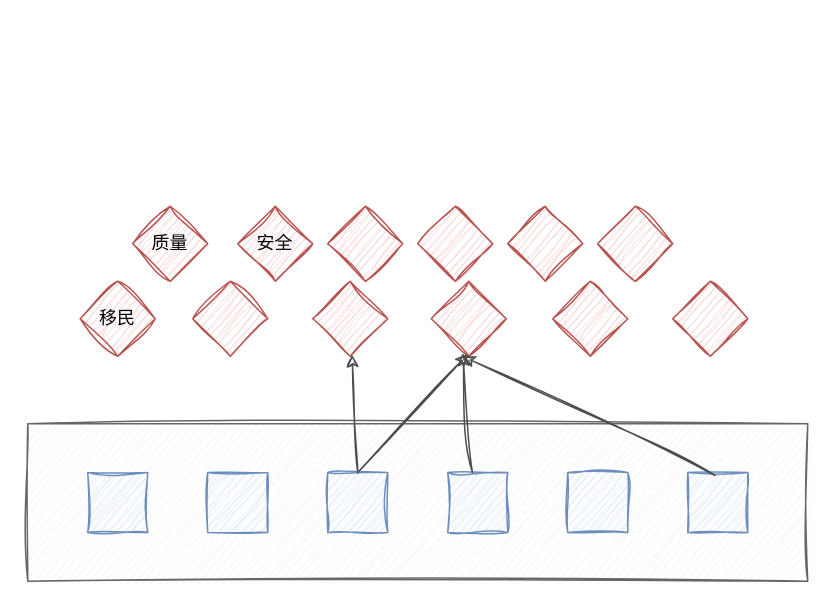
Before: 低代码—物料生态.drawio in tangyaosimida/love, a draw.io diagram. Source tidied: cells renumbered, new cells numbered last; positions are measured from the earlier drawing's top-left corner, leaving out a move shared by most shapes. Both pictures are drawn from the tidied source at 150%, with x=0, y=0 at pixel (27, 206).
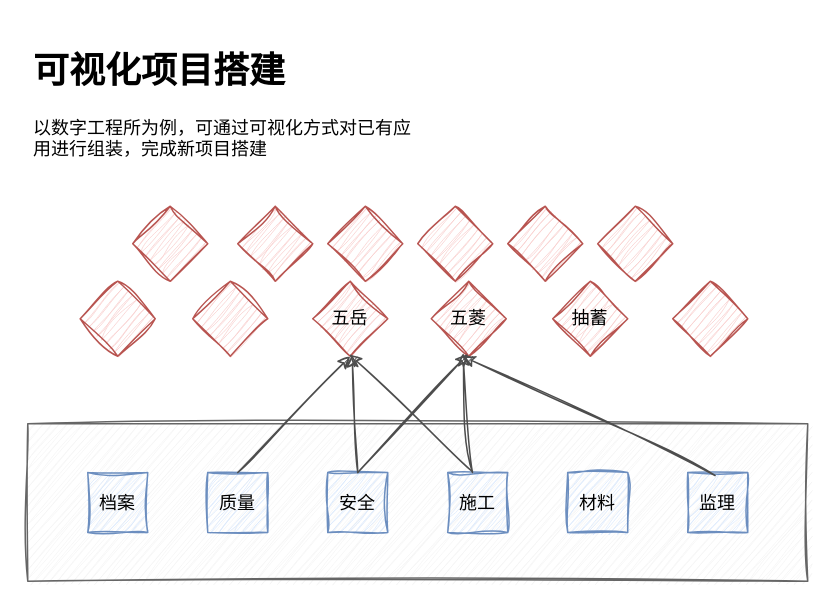
After the change.

Commit message:
更新低代码—物料生态.drawio

Change to the diagram source:
```diff
@@
-    <mxCell id="3" style="whiteSpace=wrap;html=1;fillColor=#dae8fc;strokeColor=#6c8ebf;shadow=0;sketch=1;curveFitting=1;jiggle=2;" parent="1" vertex="1">
+    <mxCell id="3" value="档案" style="whiteSpace=wrap;html=1;fillColor=#dae8fc;strokeColor=#6c8ebf;shadow=0;sketch=1;curveFitting=1;jiggle=2;" parent="1" vertex="1">
       <mxGeometry x="40" y="177.5" width="40" height="40" as="geometry" />
     </mxCell>
-    <mxCell id="4" style="whiteSpace=wrap;html=1;fillColor=#dae8fc;strokeColor=#6c8ebf;shadow=0;sketch=1;curveFitting=1;jiggle=2;" parent="1" vertex="1">
+    <mxCell id="4" value="质量" style="whiteSpace=wrap;html=1;fillColor=#dae8fc;strokeColor=#6c8ebf;shadow=0;sketch=1;curveFitting=1;jiggle=2;" parent="1" vertex="1">
       <mxGeometry x="120" y="177.5" width="40" height="40" as="geometry" />
     </mxCell>
-    <mxCell id="5" style="whiteSpace=wrap;html=1;fillColor=#dae8fc;strokeColor=#6c8ebf;shadow=0;sketch=1;curveFitting=1;jiggle=2;" parent="1" vertex="1">
+    <mxCell id="5" value="安全" style="whiteSpace=wrap;html=1;fillColor=#dae8fc;strokeColor=#6c8ebf;shadow=0;sketch=1;curveFitting=1;jiggle=2;" parent="1" vertex="1">
       <mxGeometry x="200" y="177.5" width="40" height="40" as="geometry" />
     </mxCell>
-    <mxCell id="6" style="whiteSpace=wrap;html=1;fillColor=#dae8fc;strokeColor=#6c8ebf;shadow=0;sketch=1;curveFitting=1;jiggle=2;" parent="1" vertex="1">
+    <mxCell id="6" value="施工" style="whiteSpace=wrap;html=1;fillColor=#dae8fc;strokeColor=#6c8ebf;shadow=0;sketch=1;curveFitting=1;jiggle=2;" parent="1" vertex="1">
       <mxGeometry x="280" y="177.5" width="40" height="40" as="geometry" />
     </mxCell>
-    <mxCell id="7" style="whiteSpace=wrap;html=1;fillColor=#dae8fc;strokeColor=#6c8ebf;shadow=0;sketch=1;curveFitting=1;jiggle=2;" parent="1" vertex="1">
+    <mxCell id="7" value="材料" style="whiteSpace=wrap;html=1;fillColor=#dae8fc;strokeColor=#6c8ebf;shadow=0;sketch=1;curveFitting=1;jiggle=2;" parent="1" vertex="1">
       <mxGeometry x="360" y="177.5" width="40" height="40" as="geometry" />
     </mxCell>
-    <mxCell id="8" style="whiteSpace=wrap;html=1;fillColor=#dae8fc;strokeColor=#6c8ebf;shadow=0;sketch=1;curveFitting=1;jiggle=2;" parent="1" vertex="1">
+    <mxCell id="8" value="监理" style="whiteSpace=wrap;html=1;fillColor=#dae8fc;strokeColor=#6c8ebf;shadow=0;sketch=1;curveFitting=1;jiggle=2;" parent="1" vertex="1">
       <mxGeometry x="440" y="177.5" width="40" height="40" as="geometry" />
     </mxCell>
-    <mxCell id="9" value="移民" style="rhombus;whiteSpace=wrap;html=1;fillColor=#f8cecc;strokeColor=#b85450;shadow=0;sketch=1;curveFitting=1;jiggle=2;" parent="1" vertex="1">
+    <mxCell id="9" style="rhombus;whiteSpace=wrap;html=1;fillColor=#f8cecc;strokeColor=#b85450;shadow=0;sketch=1;curveFitting=1;jiggle=2;" parent="1" vertex="1">
       <mxGeometry x="35" y="50" width="50" height="50" as="geometry" />
     </mxCell>
@@
-    <mxCell id="11" style="rhombus;whiteSpace=wrap;html=1;fillColor=#f8cecc;strokeColor=#b85450;shadow=0;sketch=1;curveFitting=1;jiggle=2;" parent="1" vertex="1">
+    <mxCell id="11" value="五岳" style="rhombus;whiteSpace=wrap;html=1;fillColor=#f8cecc;strokeColor=#b85450;shadow=0;sketch=1;curveFitting=1;jiggle=2;" parent="1" vertex="1">
       <mxGeometry x="190" y="50" width="50" height="50" as="geometry" />
     </mxCell>
-    <mxCell id="12" style="rhombus;whiteSpace=wrap;html=1;fillColor=#f8cecc;strokeColor=#b85450;shadow=0;sketch=1;curveFitting=1;jiggle=2;" parent="1" vertex="1">
+    <mxCell id="12" value="五菱" style="rhombus;whiteSpace=wrap;html=1;fillColor=#f8cecc;strokeColor=#b85450;shadow=0;sketch=1;curveFitting=1;jiggle=2;" parent="1" vertex="1">
       <mxGeometry x="269" y="50" width="50" height="50" as="geometry" />
     </mxCell>
-    <mxCell id="13" style="rhombus;whiteSpace=wrap;html=1;fillColor=#f8cecc;strokeColor=#b85450;shadow=0;sketch=1;curveFitting=1;jiggle=2;" parent="1" vertex="1">
+    <mxCell id="13" value="抽蓄" style="rhombus;whiteSpace=wrap;html=1;fillColor=#f8cecc;strokeColor=#b85450;shadow=0;sketch=1;curveFitting=1;jiggle=2;" parent="1" vertex="1">
       <mxGeometry x="350" y="50" width="50" height="50" as="geometry" />
     </mxCell>
@@
-    <mxCell id="15" value="质量" style="rhombus;whiteSpace=wrap;html=1;fillColor=#f8cecc;strokeColor=#b85450;shadow=0;sketch=1;curveFitting=1;jiggle=2;" parent="1" vertex="1">
+    <mxCell id="15" style="rhombus;whiteSpace=wrap;html=1;fillColor=#f8cecc;strokeColor=#b85450;shadow=0;sketch=1;curveFitting=1;jiggle=2;" parent="1" vertex="1">
       <mxGeometry x="70" width="50" height="50" as="geometry" />
     </mxCell>
-    <mxCell id="16" value="安全" style="rhombus;whiteSpace=wrap;html=1;fillColor=#f8cecc;strokeColor=#b85450;shadow=0;sketch=1;curveFitting=1;jiggle=2;" parent="1" vertex="1">
+    <mxCell id="16" style="rhombus;whiteSpace=wrap;html=1;fillColor=#f8cecc;strokeColor=#b85450;shadow=0;sketch=1;curveFitting=1;jiggle=2;" parent="1" vertex="1">
       <mxGeometry x="140" width="50" height="50" as="geometry" />
     </mxCell>
@@
+    <mxCell id="25" style="endArrow=classic;html=1;rounded=0;exitX=0.5;exitY=0;exitDx=0;exitDy=0;strokeColor=#4D4D4D;shadow=0;sketch=1;curveFitting=1;jiggle=2;entryX=0.5;entryY=1;entryDx=0;entryDy=0;" parent="1" edge="1" target="11">
+      <mxGeometry relative="1" as="geometry">
+        <mxPoint x="140" y="177.5" as="sourcePoint" />
+      </mxGeometry>
+    </mxCell>
+    <mxCell id="26" style="endArrow=classic;html=1;rounded=0;exitX=0.403;exitY=-0.02;exitDx=0;exitDy=0;strokeColor=#4D4D4D;shadow=0;sketch=1;curveFitting=1;jiggle=2;entryX=0.488;entryY=0.972;entryDx=0;entryDy=0;entryPerimeter=0;exitPerimeter=0;" parent="1" edge="1" source="6" target="11">
+      <mxGeometry relative="1" as="geometry" />
+    </mxCell>
+    <mxCell id="27" value="&lt;h1&gt;可视化项目搭建&lt;/h1&gt;&lt;p&gt;以数字工程所为例，可通过可视化方式对已有应用进行组装，完成新项目搭建&lt;/p&gt;" style="text;html=1;spacing=5;spacingTop=-20;whiteSpace=wrap;overflow=hidden;rounded=0;" parent="1" vertex="1">
+      <mxGeometry x="-1" y="-110" width="270" height="100" as="geometry" />
+    </mxCell>
```
